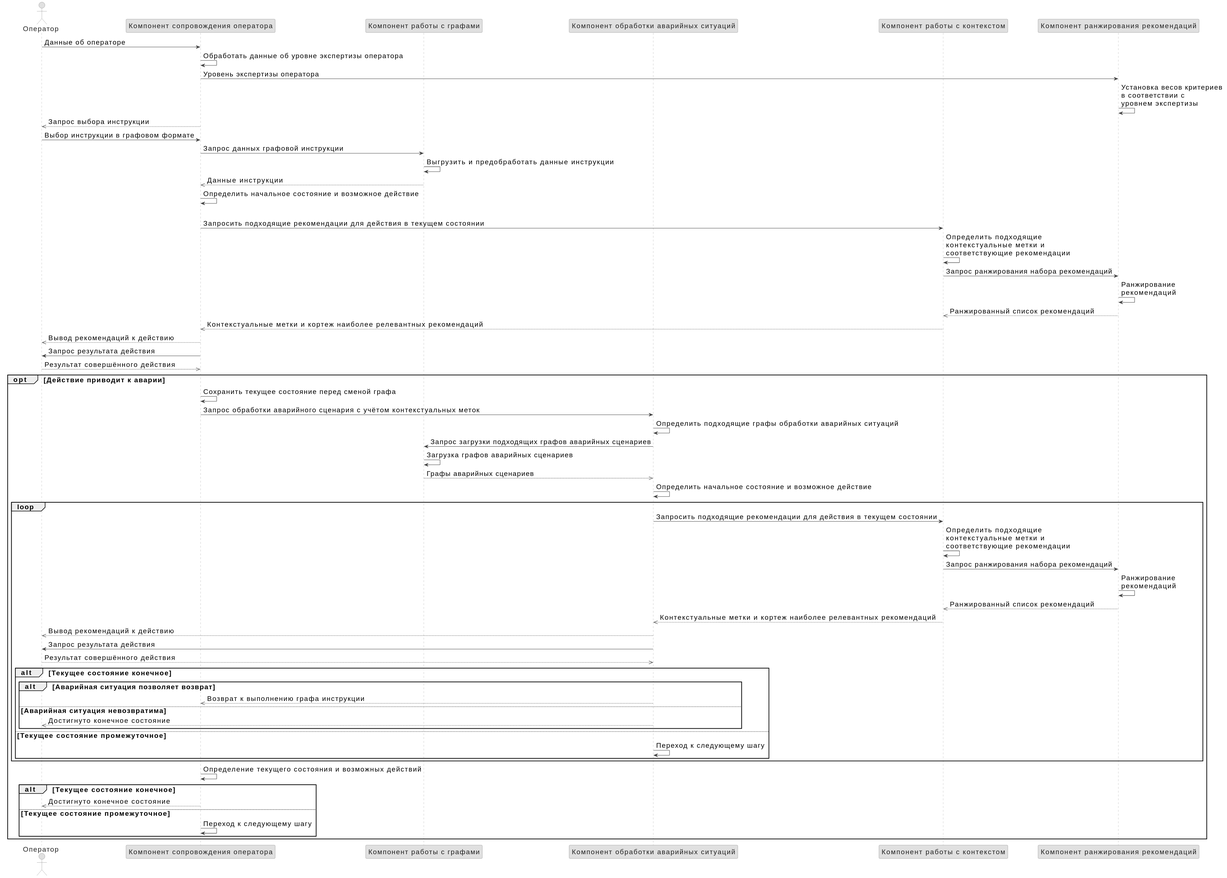
Above: slides/assets/sequence.svg in Jarozin/diplom (PlantUML), before the change.
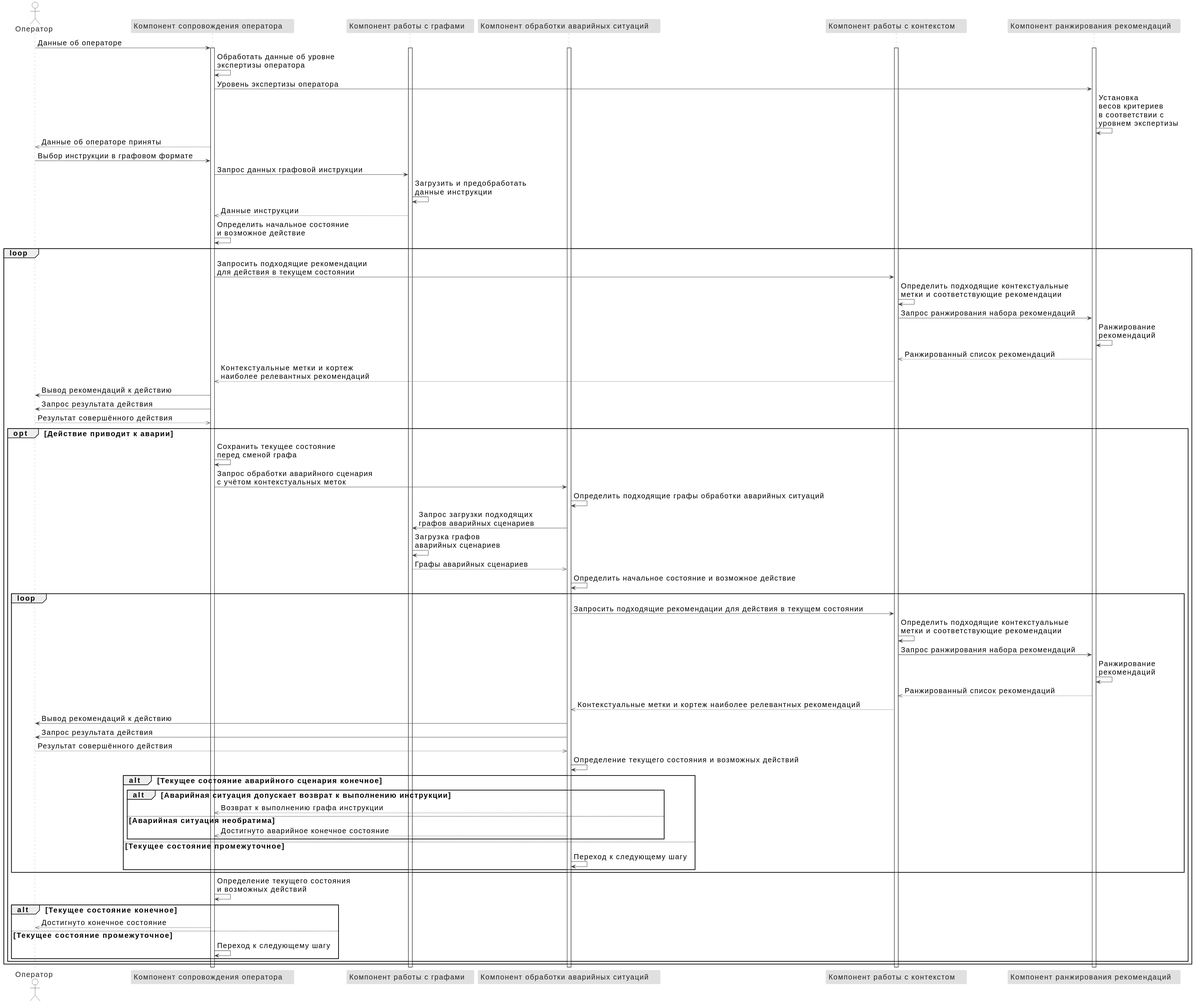
After the change.

The edit, as a diff of the source:
```diff
@@ -1,81 +1,90 @@
 @startuml
-skinparam defaultFontSize 18
+skinparam defaultFontSize 19
 
 skinparam backgroundColor #FFFFFF
 skinparam actor {
-    BackgroundColor #E0E0E0
-    BorderColor #757575
-    FontColor #212121
+  BackgroundColor #FFFFFF
+  BorderColor #000000
+  FontColor #212121
 }
 skinparam participant {
-    BackgroundColor #E0E0E0
-    BorderColor #757575
-    FontColor #212121
+  BackgroundColor #E0E0E0
+  BorderColor #E0E0E0
+  FontColor #212121
 }
 skinparam sequence {
-    ArrowColor #424242
-    LifeLineBorderColor #9E9E9E
+  ArrowColor #424242
+  LifeLineBorderColor #9E9E9E
 }
 
 actor "Оператор" as u
-participant "Компонент сопровождения оператора" as f
-participant "Компонент работы с графами" as g
-participant "Компонент обработки аварийных ситуаций" as a
-participant "Компонент работы с контекстом" as c
-participant "Компонент ранжирования рекомендаций" as r
+participant "Компонент сопровождения оператора    " as f
+participant "Компонент работы с графами   " as g
+participant "Компонент обработки аварийных ситуаций    " as a
+participant "Компонент работы с контекстом    " as c
+participant "Компонент ранжирования рекомендаций   " as r
+
 u -> f : Данные об операторе
-f -> f : Обработать данные об уровне экспертизы оператора
+activate f
+activate g
+activate a
+activate c
+activate r
+f -> f : Обработать данные об уровне \nэкспертизы оператора
 f -> r : Уровень экспертизы оператора
-r -> r : Установка весов критериев \nв соответствии с \nуровнем экспертизы
-f -->> u : Запрос выбора инструкции
-u -> f : Выбор инструкции в графовом формате
-f -> g : Запрос данных графовой инструкции
-g -> g : Выгрузить и предобработать данные инструкции
+r -> r : Установка \nвесов критериев \nв соответствии с \nуровнем экспертизы
+
+f -->> u : Данные об операторе приняты
+u -> f : Выбор инструкции в графовом формате\t
+f -> g : Запрос данных графовой инструкции\t\t\t
+g -> g : Загрузить и предобработать \nданные инструкции
 g -->> f : Данные инструкции
-f -> f : Определить начальное состояние и возможное действие
+f -> f : Определить начальное состояние \nи возможное действие
 loop
-f -> c : Запросить подходящие рекомендации для действия в текущем состоянии
-c -> c : Определить подходящие \nконтекстуальные метки и \nсоответствующие рекомендации
-c -> r : Запрос ранжирования набора рекомендаций
-r -> r : Ранжирование \nрекомендаций
-r -->> c : Ранжированный список рекомендаций
-c -->> f : Контекстуальные метки и кортеж наиболее релевантных рекомендаций
-f -->> u : Вывод рекомендаций к действию
-f -> u : Запрос результата действия
-u -->> f : Результат совершённого действия
-opt Действие приводит к аварии
-  f -> f : Сохранить текущее состояние перед сменой графа
-  f -> a : Запрос обработки аварийного сценария с учётом контекстуальных меток
-  a -> a : Определить подходящие графы обработки аварийных ситуаций
-  a -> g : Запрос загрузки подходящих графов аварийных сценариев
-  g -> g : Загрузка  графов аварийных сценариев
-  g -->> a : Графы аварийных сценариев
-  a -> a : Определить начальное состояние и возможное действие
-loop
-a -> c : Запросить подходящие рекомендации для действия в текущем состоянии
-c -> c : Определить подходящие \nконтекстуальные метки и \nсоответствующие рекомендации
-c -> r : Запрос ранжирования набора рекомендаций
-r -> r : Ранжирование \nрекомендаций
-r -->> c : Ранжированный список рекомендаций
-c -->> a : Контекстуальные метки и кортеж наиболее релевантных рекомендаций
-a -->> u : Вывод рекомендаций к действию
-a -> u : Запрос результата действия
-u -->> a : Результат совершённого действия
-alt Текущее состояние конечное
-  alt Аварийная ситуация позволяет возврат
-    a -->> f: Возврат к выполнению графа инструкции
-  else Аварийная ситуация невозвратима
-    a -->> u: Достигнуто конечное состояние
+  f -> c : Запросить подходящие рекомендации \nдля действия в текущем состоянии
+  c -> c : Определить подходящие контекстуальные \nметки и соответствующие рекомендации
+  c -> r : Запрос ранжирования набора рекомендаций
+  r -> r : Ранжирование \nрекомендаций
+  r -->> c : Ранжированный список рекомендаций
+  c -->> f : Контекстуальные метки и кортеж \nнаиболее релевантных рекомендаций
+  f -> u : Вывод рекомендаций к действию
+  f -> u : Запрос результата действия
+  u -->> f : Результат совершённого действия
+  opt Действие приводит к аварии
+    f -> f : Сохранить текущее состояние \nперед сменой графа
+    f -> a : Запрос обработки аварийного сценария \nс учётом контекстуальных меток
+    a -> a : Определить подходящие графы обработки аварийных ситуаций
+    a -> g : Запрос загрузки подходящих \nграфов аварийных сценариев
+    g -> g : Загрузка графов \nаварийных сценариев
+    g -->> a : Графы аварийных сценариев
+    a -> a : Определить начальное состояние и возможное действие
+    loop
+      a -> c : Запросить подходящие рекомендации для действия в текущем состоянии\t\t
+      c -> c : Определить подходящие контекстуальные \nметки и соответствующие рекомендации\t\t
+      c -> r : Запрос ранжирования набора рекомендаций
+      r -> r : Ранжирование \nрекомендаций
+      r -->> c : Ранжированный список рекомендаций
+      c -->> a : Контекстуальные метки и кортеж наиболее релевантных рекомендаций
+      a -> u : Вывод рекомендаций к действию
+      a -> u : Запрос результата действия
+      u -->> a : Результат совершённого действия
+      a -> a : Определение текущего состояния и возможных действий
+      alt Текущее состояние аварийного сценария конечное
+       alt Аварийная ситуация допускает возврат к выполнению инструкции
+        a -->> f: Возврат к выполнению графа инструкции
+       else Аварийная ситуация необратима
+        a -->> f: Достигнуто аварийное конечное состояние
+       end
+      else Текущее состояние промежуточное
+       a -> a : Переход к следующему шагу
+      end
+    end
+	f -> f : Определение текущего состояния \nи возможных действий\t
+	alt Текущее состояние конечное
+	 f -->> u : Достигнуто конечное состояние
+	else Текущее состояние промежуточное
+	 f -> f : Переход к следующему шагу
+    end
   end
-else Текущее состояние промежуточное
-  a -> a : Переход к следующему шагу
-end
-end
-f -> f : Определение текущего состояния и возможных действий
-alt Текущее состояние конечное
-  f -->> u : Достигнуто конечное состояние
-else Текущее состояние промежуточное
-  f -> f : Переход к следующему шагу
-end
 end
 @enduml
```
